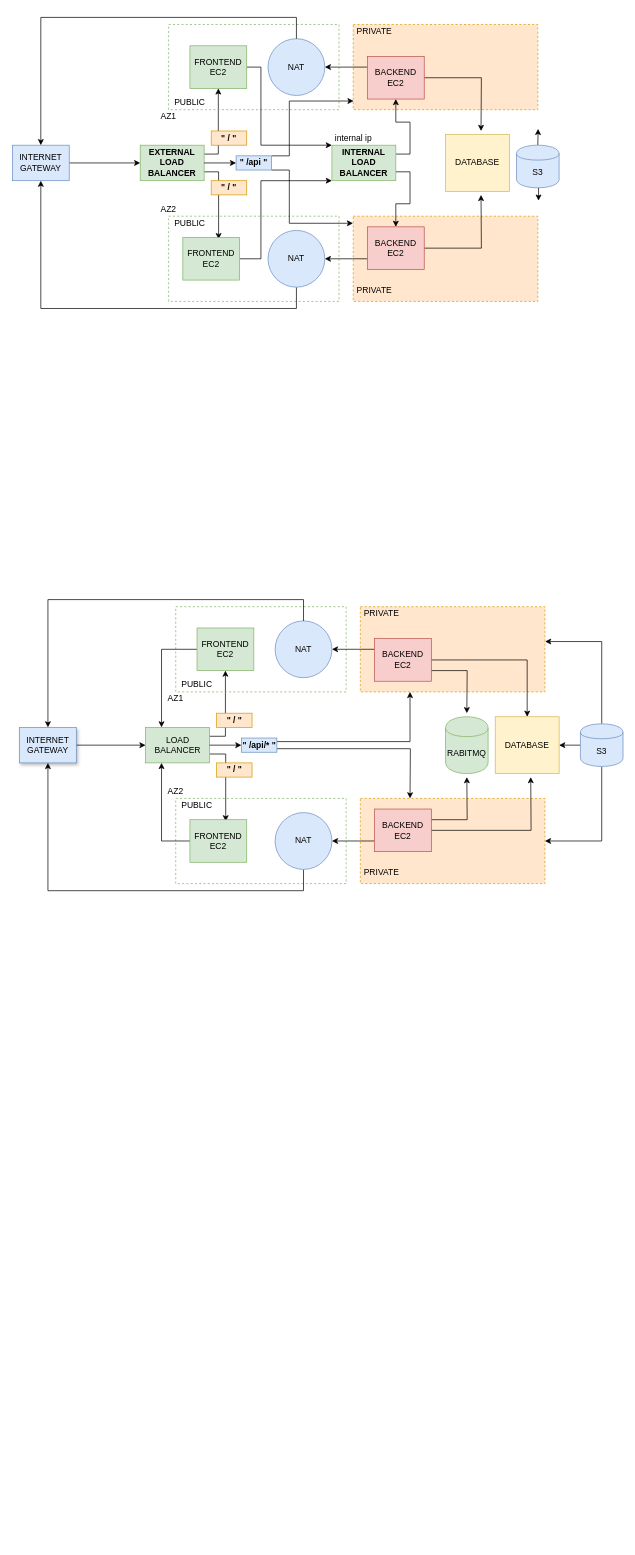
This is SymtrainArchitecture2.drawio from kajol-tiwari/SymtrainArchitecture, a draw.io file, before an edit. Source tidied: cells renumbered, new cells numbered last; positions are measured from the earlier drawing's top-left corner, leaving out a move shared by most shapes. Both pictures are drawn from the tidied source at 71%, with x=0, y=0 at pixel (12, 17).
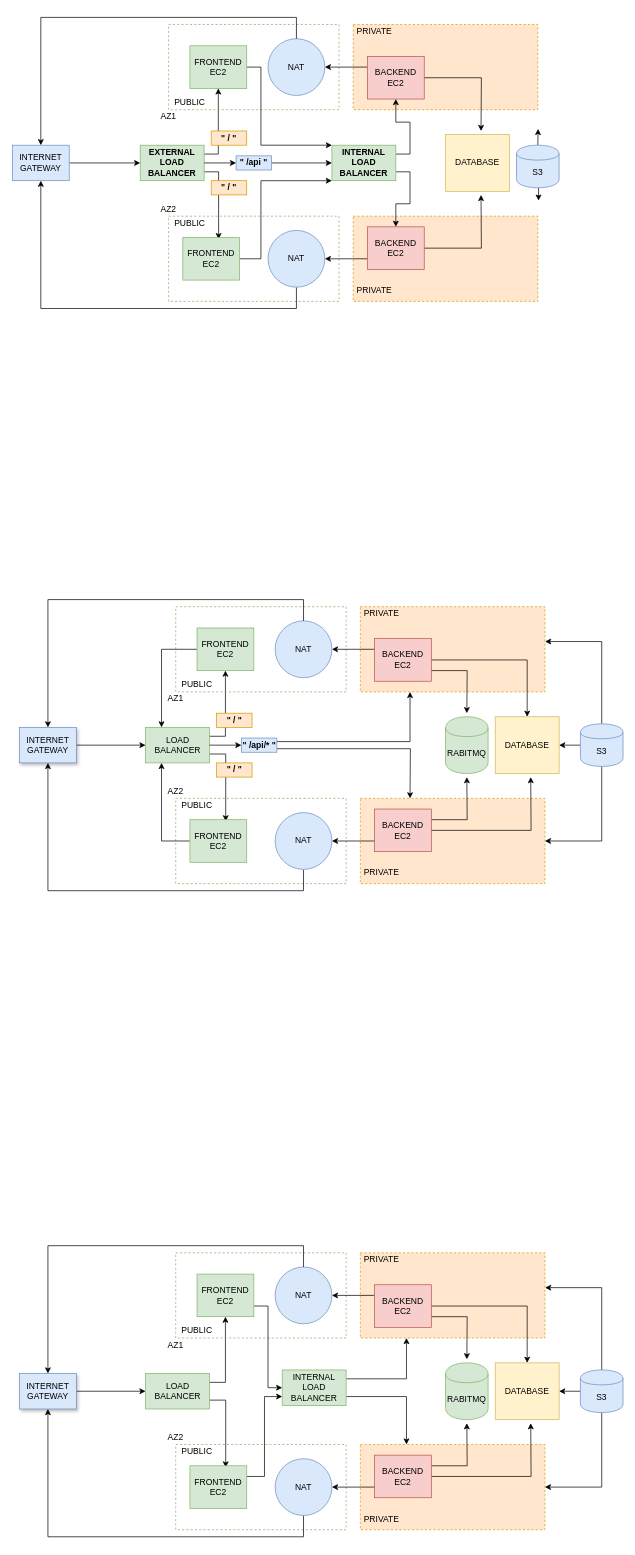
The same page after the edit.

The change refers to these unchanged cells:
```xml
<mxCell id="9" style="rounded=0;whiteSpace=wrap;html=1;dashed=1;fillColor=#ffe6cc;strokeColor=#d79b00;" parent="1" vertex="1">
  <mxGeometry x="480" y="10" width="260" height="120" as="geometry" />
</mxCell>
<mxCell id="19" style="rounded=0;whiteSpace=wrap;html=1;dashed=1;fillColor=#ffe6cc;strokeColor=#d79b00;" parent="1" vertex="1">
  <mxGeometry x="480" y="280" width="260" height="120" as="geometry" />
</mxCell>
<mxCell id="30" value="&lt;b&gt;INTERNAL LOAD BALANCER&lt;/b&gt;" style="rounded=0;whiteSpace=wrap;html=1;fillColor=#d5e8d4;strokeColor=#82b366;" parent="1" vertex="1">
  <mxGeometry x="450" y="180" width="90" height="50" as="geometry" />
</mxCell>
<mxCell id="41" value="&lt;b&gt;&quot; /api &quot;&lt;/b&gt;" style="rounded=0;whiteSpace=wrap;html=1;fillColor=#dae8fc;strokeColor=#6c8ebf;" parent="1" vertex="1">
  <mxGeometry x="315" y="195" width="50" height="20" as="geometry" />
</mxCell>
```

Change to the diagram source:
```diff
@@
-    <mxCell id="39" style="edgeStyle=orthogonalEdgeStyle;rounded=0;jettySize=auto;html=1;exitX=1;exitY=0;exitDx=0;exitDy=0;entryX=0.002;entryY=0.898;entryDx=0;entryDy=0;entryPerimeter=0;" parent="1" edge="1" source="41" target="9">
-      <mxGeometry relative="1" as="geometry">
-        <Array as="points">
-          <mxPoint x="390" y="195" />
-          <mxPoint x="390" y="118" />
-        </Array>
-      </mxGeometry>
-    </mxCell>
-    <mxCell id="40" style="edgeStyle=orthogonalEdgeStyle;rounded=0;jettySize=auto;html=1;exitX=1;exitY=1;exitDx=0;exitDy=0;entryX=-0.001;entryY=0.083;entryDx=0;entryDy=0;entryPerimeter=0;" parent="1" edge="1" source="41" target="19">
-      <mxGeometry relative="1" as="geometry">
-        <Array as="points">
-          <mxPoint x="390" y="215" />
-          <mxPoint x="390" y="290" />
-        </Array>
-      </mxGeometry>
-    </mxCell>
+    <mxCell id="88" style="edgeStyle=orthogonalEdgeStyle;rounded=0;jettySize=auto;html=1;exitX=1;exitY=0.5;exitDx=0;exitDy=0;entryX=0;entryY=0.5;entryDx=0;entryDy=0;" parent="1" edge="1" source="41" target="30">
+      <mxGeometry relative="1" as="geometry" />
+    </mxCell>
@@
-    <mxCell id="87" value="internal ip" style="text;html=1;align=center;verticalAlign=middle;" parent="1" vertex="1">
-      <mxGeometry x="445" y="160" width="70" height="20" as="geometry" />
-    </mxCell>
+    <mxCell id="89" style="edgeStyle=orthogonalEdgeStyle;rounded=0;jettySize=auto;html=1;exitX=1;exitY=0.5;exitDx=0;exitDy=0;entryX=0;entryY=0.5;entryDx=0;entryDy=0;" parent="1" edge="1" source="90" target="93">
+      <mxGeometry relative="1" as="geometry" />
+    </mxCell>
+    <mxCell id="90" value="INTERNET GATEWAY" style="rounded=0;whiteSpace=wrap;html=1;fillColor=#dae8fc;strokeColor=#6c8ebf;shadow=1;" parent="1" vertex="1">
+      <mxGeometry x="10" y="1910" width="80" height="50" as="geometry" />
+    </mxCell>
+    <mxCell id="91" style="edgeStyle=orthogonalEdgeStyle;rounded=0;jettySize=auto;html=1;exitX=1;exitY=0.25;exitDx=0;exitDy=0;entryX=0.5;entryY=1;entryDx=0;entryDy=0;" parent="1" edge="1" source="93" target="98">
+      <mxGeometry relative="1" as="geometry" />
+    </mxCell>
+    <mxCell id="92" style="edgeStyle=orthogonalEdgeStyle;rounded=0;jettySize=auto;html=1;exitX=1;exitY=0.75;exitDx=0;exitDy=0;entryX=0.63;entryY=0.039;entryDx=0;entryDy=0;entryPerimeter=0;" parent="1" edge="1" source="93" target="100">
+      <mxGeometry relative="1" as="geometry" />
+    </mxCell>
+    <mxCell id="93" value="LOAD BALANCER" style="rounded=0;whiteSpace=wrap;html=1;fillColor=#d5e8d4;strokeColor=#82b366;" parent="1" vertex="1">
+      <mxGeometry x="187.5" y="1910" width="90" height="50" as="geometry" />
+    </mxCell>
+    <mxCell id="94" style="rounded=0;whiteSpace=wrap;html=1;dashed=1;fillColor=none;strokeColor=#82b366;" parent="1" vertex="1">
+      <mxGeometry x="230" y="1740" width="240" height="120" as="geometry" />
+    </mxCell>
+    <mxCell id="95" style="rounded=0;whiteSpace=wrap;html=1;dashed=1;fillColor=none;strokeColor=#82b366;" parent="1" vertex="1">
+      <mxGeometry x="230" y="2010" width="240" height="120" as="geometry" />
+    </mxCell>
+    <mxCell id="96" style="rounded=0;whiteSpace=wrap;html=1;dashed=1;fillColor=#ffe6cc;strokeColor=#d79b00;" parent="1" vertex="1">
+      <mxGeometry x="490" y="1740" width="260" height="120" as="geometry" />
+    </mxCell>
+    <mxCell id="97" style="edgeStyle=orthogonalEdgeStyle;rounded=0;jettySize=auto;html=1;exitX=1;exitY=0.75;exitDx=0;exitDy=0;entryX=0;entryY=0.5;entryDx=0;entryDy=0;" parent="1" edge="1" source="98" target="128">
+      <mxGeometry relative="1" as="geometry" />
+    </mxCell>
+    <mxCell id="98" value="FRONTEND EC2" style="rounded=0;whiteSpace=wrap;html=1;fillColor=#d5e8d4;strokeColor=#82b366;" parent="1" vertex="1">
+      <mxGeometry x="260" y="1770" width="80" height="60" as="geometry" />
+    </mxCell>
+    <mxCell id="99" style="edgeStyle=orthogonalEdgeStyle;rounded=0;jettySize=auto;html=1;exitX=1;exitY=0.25;exitDx=0;exitDy=0;entryX=0;entryY=0.75;entryDx=0;entryDy=0;" parent="1" edge="1" source="100" target="128">
+      <mxGeometry relative="1" as="geometry" />
+    </mxCell>
+    <mxCell id="100" value="FRONTEND EC2" style="rounded=0;whiteSpace=wrap;html=1;fillColor=#d5e8d4;strokeColor=#82b366;" parent="1" vertex="1">
+      <mxGeometry x="250" y="2040" width="80" height="60" as="geometry" />
+    </mxCell>
+    <mxCell id="101" value="NAT" style="ellipse;whiteSpace=wrap;html=1;fillColor=#dae8fc;strokeColor=#6c8ebf;" parent="1" vertex="1">
+      <mxGeometry x="370" y="1760" width="80" height="80" as="geometry" />
+    </mxCell>
+    <mxCell id="102" style="edgeStyle=orthogonalEdgeStyle;rounded=0;jettySize=auto;html=1;exitX=0.5;exitY=1;exitDx=0;exitDy=0;entryX=0.5;entryY=1;entryDx=0;entryDy=0;" parent="1" edge="1" source="103" target="90">
+      <mxGeometry relative="1" as="geometry">
+        <Array as="points">
+          <mxPoint x="410" y="2140" />
+          <mxPoint x="50" y="2140" />
+        </Array>
+      </mxGeometry>
+    </mxCell>
+    <mxCell id="103" value="NAT" style="ellipse;whiteSpace=wrap;html=1;fillColor=#dae8fc;strokeColor=#6c8ebf;" parent="1" vertex="1">
+      <mxGeometry x="370" y="2030" width="80" height="80" as="geometry" />
+    </mxCell>
+    <mxCell id="104" value="PUBLIC" style="text;html=1;strokeColor=none;fillColor=none;align=center;verticalAlign=middle;whiteSpace=wrap;rounded=0;" parent="1" vertex="1">
+      <mxGeometry x="240" y="1840" width="40" height="20" as="geometry" />
+    </mxCell>
+    <mxCell id="105" value="PUBLIC" style="text;html=1;strokeColor=none;fillColor=none;align=center;verticalAlign=middle;whiteSpace=wrap;rounded=0;" parent="1" vertex="1">
+      <mxGeometry x="240" y="2010" width="40" height="20" as="geometry" />
+    </mxCell>
+    <mxCell id="106" style="rounded=0;whiteSpace=wrap;html=1;dashed=1;fillColor=#ffe6cc;strokeColor=#d79b00;" parent="1" vertex="1">
+      <mxGeometry x="490" y="2010" width="260" height="120" as="geometry" />
+    </mxCell>
+    <mxCell id="107" style="edgeStyle=orthogonalEdgeStyle;rounded=0;jettySize=auto;html=1;exitX=0;exitY=0.25;exitDx=0;exitDy=0;entryX=1;entryY=0.5;entryDx=0;entryDy=0;" parent="1" edge="1" source="110" target="101">
+      <mxGeometry relative="1" as="geometry" />
+    </mxCell>
+    <mxCell id="108" style="edgeStyle=orthogonalEdgeStyle;rounded=0;jettySize=auto;html=1;exitX=1;exitY=0.5;exitDx=0;exitDy=0;entryX=0.5;entryY=0;entryDx=0;entryDy=0;" parent="1" edge="1" source="110" target="117">
+      <mxGeometry relative="1" as="geometry" />
+    </mxCell>
+    <mxCell id="109" style="edgeStyle=orthogonalEdgeStyle;rounded=0;jettySize=auto;html=1;exitX=1;exitY=0.75;exitDx=0;exitDy=0;" parent="1" edge="1" source="110">
+      <mxGeometry relative="1" as="geometry">
+        <mxPoint x="640" y="1890" as="targetPoint" />
+      </mxGeometry>
+    </mxCell>
+    <mxCell id="110" value="BACKEND&lt;br&gt;EC2" style="rounded=0;whiteSpace=wrap;html=1;fillColor=#f8cecc;strokeColor=#b85450;" parent="1" vertex="1">
+      <mxGeometry x="510" y="1785" width="80" height="60" as="geometry" />
+    </mxCell>
+    <mxCell id="111" style="edgeStyle=orthogonalEdgeStyle;rounded=0;jettySize=auto;html=1;exitX=0;exitY=0.75;exitDx=0;exitDy=0;entryX=1;entryY=0.5;entryDx=0;entryDy=0;" parent="1" edge="1" source="114" target="103">
+      <mxGeometry relative="1" as="geometry" />
+    </mxCell>
+    <mxCell id="112" style="edgeStyle=orthogonalEdgeStyle;rounded=0;jettySize=auto;html=1;exitX=1;exitY=0.5;exitDx=0;exitDy=0;" parent="1" edge="1" source="114">
+      <mxGeometry relative="1" as="geometry">
+        <mxPoint x="730" y="1980" as="targetPoint" />
+      </mxGeometry>
+    </mxCell>
+    <mxCell id="113" style="edgeStyle=orthogonalEdgeStyle;rounded=0;jettySize=auto;html=1;exitX=1;exitY=0.25;exitDx=0;exitDy=0;" parent="1" edge="1" source="114">
+      <mxGeometry relative="1" as="geometry">
+        <mxPoint x="640" y="1980" as="targetPoint" />
+      </mxGeometry>
+    </mxCell>
+    <mxCell id="114" value="BACKEND&lt;br&gt;EC2" style="rounded=0;whiteSpace=wrap;html=1;fillColor=#f8cecc;strokeColor=#b85450;" parent="1" vertex="1">
+      <mxGeometry x="510" y="2025" width="80" height="60" as="geometry" />
+    </mxCell>
+    <mxCell id="115" value="PRIVATE" style="text;html=1;strokeColor=none;fillColor=none;align=center;verticalAlign=middle;whiteSpace=wrap;rounded=0;" parent="1" vertex="1">
+      <mxGeometry x="500" y="1740" width="40" height="20" as="geometry" />
+    </mxCell>
+    <mxCell id="116" value="PRIVATE" style="text;html=1;strokeColor=none;fillColor=none;align=center;verticalAlign=middle;whiteSpace=wrap;rounded=0;" parent="1" vertex="1">
+      <mxGeometry x="500" y="2105" width="40" height="20" as="geometry" />
+    </mxCell>
+    <mxCell id="117" value="DATABASE" style="rounded=0;whiteSpace=wrap;html=1;fillColor=#fff2cc;strokeColor=#d6b656;" parent="1" vertex="1">
+      <mxGeometry x="680" y="1895" width="90" height="80" as="geometry" />
+    </mxCell>
+    <mxCell id="118" style="edgeStyle=orthogonalEdgeStyle;rounded=0;jettySize=auto;html=1;exitX=0;exitY=0.5;exitDx=0;exitDy=0;entryX=1;entryY=0.5;entryDx=0;entryDy=0;" parent="1" edge="1" source="121" target="117">
+      <mxGeometry relative="1" as="geometry" />
+    </mxCell>
+    <mxCell id="119" style="edgeStyle=orthogonalEdgeStyle;rounded=0;jettySize=auto;html=1;exitX=0.5;exitY=0;exitDx=0;exitDy=0;entryX=1.001;entryY=0.409;entryDx=0;entryDy=0;entryPerimeter=0;" parent="1" edge="1" source="121" target="96">
+      <mxGeometry relative="1" as="geometry" />
+    </mxCell>
+    <mxCell id="120" style="edgeStyle=orthogonalEdgeStyle;rounded=0;jettySize=auto;html=1;exitX=0.5;exitY=1;exitDx=0;exitDy=0;entryX=1;entryY=0.5;entryDx=0;entryDy=0;" parent="1" edge="1" source="121" target="106">
+      <mxGeometry relative="1" as="geometry" />
+    </mxCell>
+    <mxCell id="121" value="S3" style="shape=cylinder;whiteSpace=wrap;html=1;boundedLbl=1;backgroundOutline=1;fillColor=#dae8fc;strokeColor=#6c8ebf;" parent="1" vertex="1">
+      <mxGeometry x="800" y="1905" width="60" height="60" as="geometry" />
+    </mxCell>
+    <mxCell id="122" value="AZ1" style="text;html=1;strokeColor=none;fillColor=none;align=center;verticalAlign=middle;whiteSpace=wrap;rounded=0;dashed=1;dashPattern=1 1;" parent="1" vertex="1">
+      <mxGeometry x="210" y="1860" width="40" height="20" as="geometry" />
+    </mxCell>
+    <mxCell id="123" value="AZ2" style="text;html=1;strokeColor=none;fillColor=none;align=center;verticalAlign=middle;whiteSpace=wrap;rounded=0;dashed=1;dashPattern=1 1;" parent="1" vertex="1">
+      <mxGeometry x="210" y="1990" width="40" height="20" as="geometry" />
+    </mxCell>
+    <mxCell id="124" style="edgeStyle=orthogonalEdgeStyle;rounded=0;jettySize=auto;html=1;exitX=0.5;exitY=0;exitDx=0;exitDy=0;entryX=0.5;entryY=0;entryDx=0;entryDy=0;" parent="1" edge="1" source="101" target="90">
+      <mxGeometry relative="1" as="geometry">
+        <Array as="points">
+          <mxPoint x="410" y="1730" />
+          <mxPoint x="50" y="1730" />
+        </Array>
+      </mxGeometry>
+    </mxCell>
+    <mxCell id="125" value="RABITMQ" style="shape=cylinder;whiteSpace=wrap;html=1;boundedLbl=1;backgroundOutline=1;fillColor=#d5e8d4;strokeColor=#82b366;" parent="1" vertex="1">
+      <mxGeometry x="610" y="1895" width="60" height="80" as="geometry" />
+    </mxCell>
+    <mxCell id="126" style="edgeStyle=orthogonalEdgeStyle;rounded=0;jettySize=auto;html=1;exitX=1;exitY=0.25;exitDx=0;exitDy=0;entryX=0.25;entryY=1;entryDx=0;entryDy=0;" parent="1" edge="1" source="128" target="96">
+      <mxGeometry relative="1" as="geometry" />
+    </mxCell>
+    <mxCell id="127" style="edgeStyle=orthogonalEdgeStyle;rounded=0;jettySize=auto;html=1;exitX=1;exitY=0.75;exitDx=0;exitDy=0;entryX=0.25;entryY=0;entryDx=0;entryDy=0;" parent="1" edge="1" source="128" target="106">
+      <mxGeometry relative="1" as="geometry" />
+    </mxCell>
+    <mxCell id="128" value="INTERNAL LOAD BALANCER" style="rounded=0;whiteSpace=wrap;html=1;fillColor=#d5e8d4;strokeColor=#82b366;" parent="1" vertex="1">
+      <mxGeometry x="380" y="1905" width="90" height="50" as="geometry" />
+    </mxCell>
```
